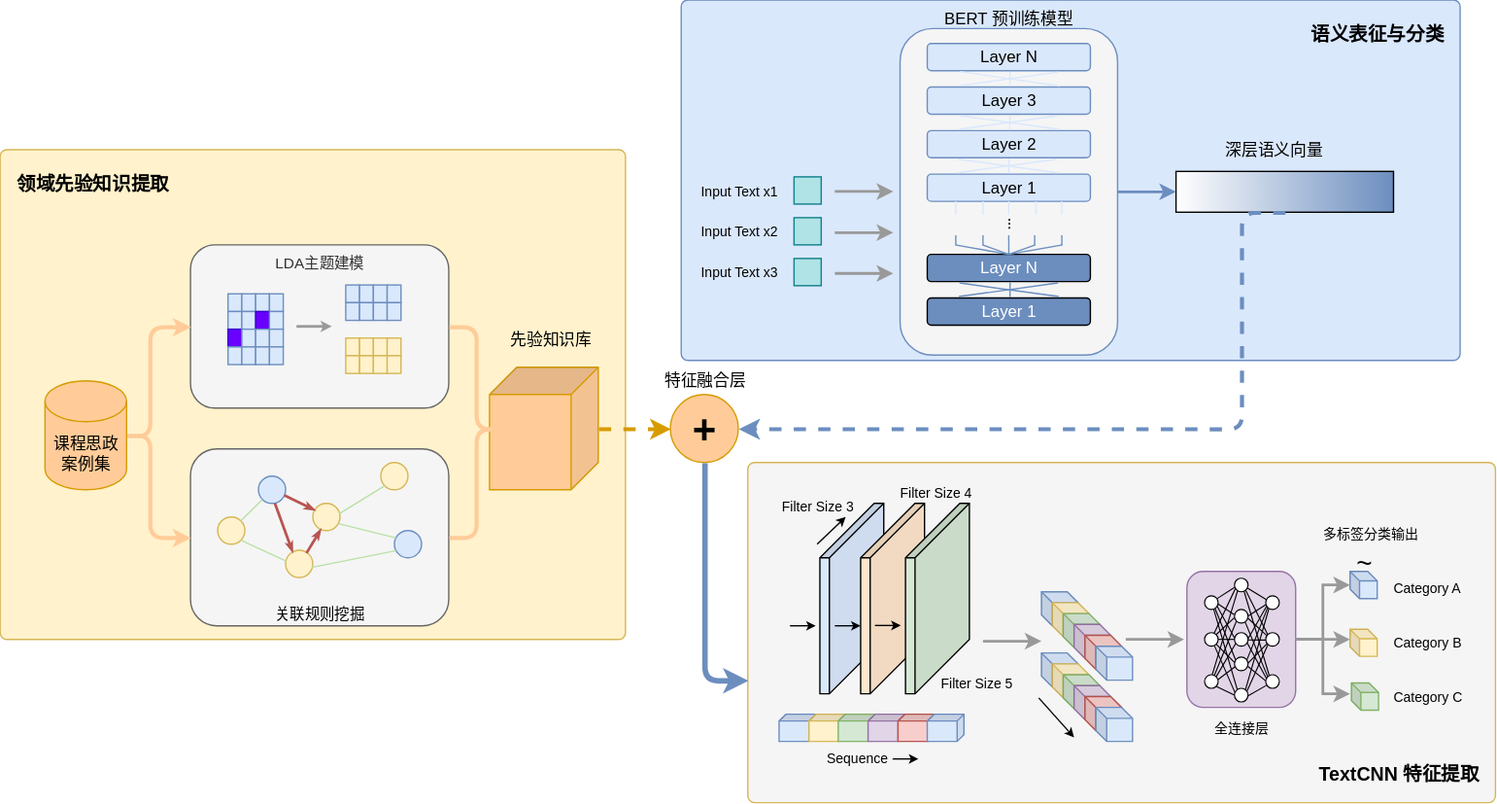
Earlier version of the draw.io export 1.16小论文（思政元素）模型架构图.drawio.svg (handsome-tony/picture). Source tidied: cells renumbered, new cells last; positions are measured from the earlier drawing's top-left corner, leaving out a move shared by most shapes.
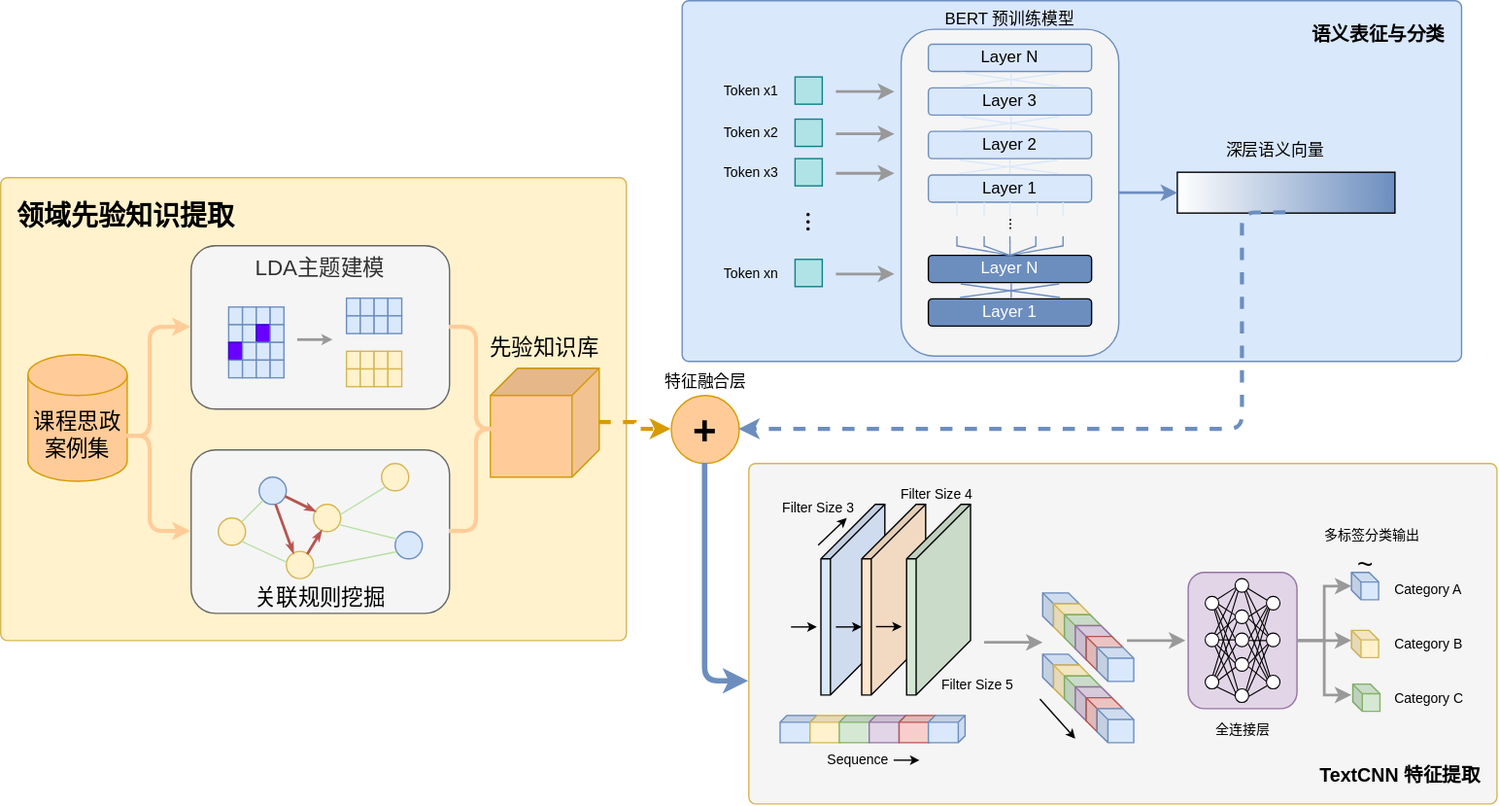
After the commit.

Commit message:
更新1.16小论文（思政元素）模型架构图.drawio.svg

Diff of the diagram source:
```diff
@@ -4,9 +4,9 @@
     <mxCell id="1" parent="0" />
-    <mxCell id="2" value="领域先验知识提取" style="rounded=1;whiteSpace=wrap;html=1;absoluteArcSize=1;arcSize=10;fillColor=#FFF2CC;strokeColor=#d6b656;verticalAlign=top;align=left;spacingLeft=10;spacingTop=10;fontSize=14;fontStyle=1;" parent="1" vertex="1">
-      <mxGeometry y="110" width="460" height="360" as="geometry" />
+    <mxCell id="2" value="&lt;font style=&quot;font-size: 20px;&quot;&gt;领域先验知识提取&lt;/font&gt;" style="rounded=1;whiteSpace=wrap;html=1;absoluteArcSize=1;arcSize=10;fillColor=#FFF2CC;strokeColor=#d6b656;verticalAlign=top;align=left;spacingLeft=10;spacingTop=10;fontSize=14;fontStyle=1;" parent="1" vertex="1">
+      <mxGeometry y="130" width="460" height="340" as="geometry" />
     </mxCell>
-    <mxCell id="3" value="课程思政案例集" style="shape=cylinder3;whiteSpace=wrap;html=1;boundedLbl=1;backgroundOutline=1;size=15;fillColor=#ffcc99;strokeColor=#d79b00;" parent="1" vertex="1">
-      <mxGeometry x="33" y="280" width="60" height="80" as="geometry" />
+    <mxCell id="3" value="&lt;font style=&quot;font-size: 16px;&quot;&gt;课程思政案例集&lt;/font&gt;" style="shape=cylinder3;whiteSpace=wrap;html=1;boundedLbl=1;backgroundOutline=1;size=15;fillColor=#ffcc99;strokeColor=#d79b00;" parent="1" vertex="1">
+      <mxGeometry x="20" y="260" width="73" height="93" as="geometry" />
     </mxCell>
-    <mxCell id="4" value="LDA主题建模" style="rounded=1;whiteSpace=wrap;html=1;fillColor=#f5f5f5;strokeColor=#666666;verticalAlign=top;fontSize=11;fontColor=#333333;" parent="1" vertex="1">
+    <mxCell id="4" value="&lt;font style=&quot;font-size: 16px;&quot;&gt;LDA主题建模&lt;/font&gt;" style="rounded=1;whiteSpace=wrap;html=1;fillColor=#f5f5f5;strokeColor=#666666;verticalAlign=top;fontSize=11;fontColor=#333333;" parent="1" vertex="1">
       <mxGeometry x="140" y="180" width="190" height="120" as="geometry" />
@@ -14,48 +14,48 @@
     <mxCell id="5" style="rounded=0;whiteSpace=wrap;html=1;fillColor=#dae8fc;strokeColor=#6c8ebf;" parent="4" vertex="1">
-      <mxGeometry x="27.6" y="36" width="10.2" height="13" as="geometry" />
+      <mxGeometry x="27.6" y="45" width="10.2" height="13" as="geometry" />
     </mxCell>
     <mxCell id="6" style="rounded=0;whiteSpace=wrap;html=1;fillColor=#dae8fc;strokeColor=#6c8ebf;" parent="4" vertex="1">
-      <mxGeometry x="37.8" y="36" width="10.2" height="13" as="geometry" />
+      <mxGeometry x="37.8" y="45" width="10.2" height="13" as="geometry" />
     </mxCell>
     <mxCell id="7" style="rounded=0;whiteSpace=wrap;html=1;fillColor=#dae8fc;strokeColor=#6c8ebf;" parent="4" vertex="1">
-      <mxGeometry x="47.9" y="36" width="10.2" height="13" as="geometry" />
+      <mxGeometry x="47.9" y="45" width="10.2" height="13" as="geometry" />
     </mxCell>
     <mxCell id="8" style="rounded=0;whiteSpace=wrap;html=1;fillColor=#dae8fc;strokeColor=#6c8ebf;" parent="4" vertex="1">
-      <mxGeometry x="58.1" y="36" width="10.2" height="13" as="geometry" />
+      <mxGeometry x="58.1" y="45" width="10.2" height="13" as="geometry" />
     </mxCell>
     <mxCell id="9" style="rounded=0;whiteSpace=wrap;html=1;fillColor=#dae8fc;strokeColor=#6c8ebf;" parent="4" vertex="1">
-      <mxGeometry x="27.6" y="49" width="10.2" height="13" as="geometry" />
+      <mxGeometry x="27.6" y="58" width="10.2" height="13" as="geometry" />
     </mxCell>
     <mxCell id="10" style="rounded=0;whiteSpace=wrap;html=1;fillColor=#dae8fc;strokeColor=#6c8ebf;" parent="4" vertex="1">
-      <mxGeometry x="37.8" y="49" width="10.2" height="13" as="geometry" />
+      <mxGeometry x="37.8" y="58" width="10.2" height="13" as="geometry" />
     </mxCell>
     <mxCell id="11" style="rounded=0;whiteSpace=wrap;html=1;fillColor=#6a00ff;strokeColor=#3700CC;fontColor=#ffffff;" parent="4" vertex="1">
-      <mxGeometry x="47.9" y="49" width="10.2" height="13" as="geometry" />
+      <mxGeometry x="47.9" y="58" width="10.2" height="13" as="geometry" />
     </mxCell>
     <mxCell id="12" style="rounded=0;whiteSpace=wrap;html=1;fillColor=#dae8fc;strokeColor=#6c8ebf;" parent="4" vertex="1">
-      <mxGeometry x="58.1" y="49" width="10.2" height="13" as="geometry" />
+      <mxGeometry x="58.1" y="58" width="10.2" height="13" as="geometry" />
     </mxCell>
     <mxCell id="13" style="rounded=0;whiteSpace=wrap;html=1;fillColor=#6a00ff;strokeColor=#3700CC;fontColor=#ffffff;" parent="4" vertex="1">
-      <mxGeometry x="27.6" y="62" width="10.2" height="13" as="geometry" />
+      <mxGeometry x="27.6" y="71" width="10.2" height="13" as="geometry" />
     </mxCell>
     <mxCell id="14" style="rounded=0;whiteSpace=wrap;html=1;fillColor=#dae8fc;strokeColor=#6c8ebf;" parent="4" vertex="1">
-      <mxGeometry x="37.8" y="62" width="10.2" height="13" as="geometry" />
+      <mxGeometry x="37.8" y="71" width="10.2" height="13" as="geometry" />
     </mxCell>
     <mxCell id="15" style="rounded=0;whiteSpace=wrap;html=1;fillColor=#dae8fc;strokeColor=#6c8ebf;" parent="4" vertex="1">
-      <mxGeometry x="47.9" y="62" width="10.2" height="13" as="geometry" />
+      <mxGeometry x="47.9" y="71" width="10.2" height="13" as="geometry" />
     </mxCell>
     <mxCell id="16" style="rounded=0;whiteSpace=wrap;html=1;fillColor=#dae8fc;strokeColor=#6c8ebf;" parent="4" vertex="1">
-      <mxGeometry x="58.1" y="62" width="10.2" height="13" as="geometry" />
+      <mxGeometry x="58.1" y="71" width="10.2" height="13" as="geometry" />
     </mxCell>
     <mxCell id="17" style="rounded=0;whiteSpace=wrap;html=1;fillColor=#dae8fc;strokeColor=#6c8ebf;" parent="4" vertex="1">
-      <mxGeometry x="27.6" y="75" width="10.2" height="13" as="geometry" />
+      <mxGeometry x="27.6" y="84" width="10.2" height="13" as="geometry" />
     </mxCell>
     <mxCell id="18" style="rounded=0;whiteSpace=wrap;html=1;fillColor=#dae8fc;strokeColor=#6c8ebf;" parent="4" vertex="1">
-      <mxGeometry x="37.8" y="75" width="10.2" height="13" as="geometry" />
+      <mxGeometry x="37.8" y="84" width="10.2" height="13" as="geometry" />
     </mxCell>
     <mxCell id="19" style="rounded=0;whiteSpace=wrap;html=1;fillColor=#dae8fc;strokeColor=#6c8ebf;" parent="4" vertex="1">
-      <mxGeometry x="47.9" y="75" width="10.2" height="13" as="geometry" />
+      <mxGeometry x="47.9" y="84" width="10.2" height="13" as="geometry" />
     </mxCell>
     <mxCell id="20" style="rounded=0;whiteSpace=wrap;html=1;fillColor=#dae8fc;strokeColor=#6c8ebf;" parent="4" vertex="1">
-      <mxGeometry x="58.1" y="75" width="10.2" height="13" as="geometry" />
+      <mxGeometry x="58.1" y="84" width="10.2" height="13" as="geometry" />
     </mxCell>
@@ -63,4 +63,4 @@
       <mxGeometry relative="1" as="geometry">
-        <mxPoint x="78" y="59.9" as="sourcePoint" />
-        <mxPoint x="104" y="59.9" as="targetPoint" />
+        <mxPoint x="78" y="68.9" as="sourcePoint" />
+        <mxPoint x="104" y="68.9" as="targetPoint" />
       </mxGeometry>
@@ -68,57 +68,57 @@
     <mxCell id="22" style="rounded=0;whiteSpace=wrap;html=1;fillColor=#dae8fc;strokeColor=#6c8ebf;" parent="4" vertex="1">
-      <mxGeometry x="114.2" y="29.5" width="10.2" height="13" as="geometry" />
+      <mxGeometry x="114.2" y="38.5" width="10.2" height="13" as="geometry" />
     </mxCell>
     <mxCell id="23" style="rounded=0;whiteSpace=wrap;html=1;fillColor=#dae8fc;strokeColor=#6c8ebf;" parent="4" vertex="1">
-      <mxGeometry x="124.4" y="29.5" width="10.2" height="13" as="geometry" />
+      <mxGeometry x="124.4" y="38.5" width="10.2" height="13" as="geometry" />
     </mxCell>
     <mxCell id="24" style="rounded=0;whiteSpace=wrap;html=1;fillColor=#dae8fc;strokeColor=#6c8ebf;" parent="4" vertex="1">
-      <mxGeometry x="134.5" y="29.5" width="10.2" height="13" as="geometry" />
+      <mxGeometry x="134.5" y="38.5" width="10.2" height="13" as="geometry" />
     </mxCell>
     <mxCell id="25" style="rounded=0;whiteSpace=wrap;html=1;fillColor=#dae8fc;strokeColor=#6c8ebf;" parent="4" vertex="1">
-      <mxGeometry x="144.7" y="29.5" width="10.2" height="13" as="geometry" />
+      <mxGeometry x="144.7" y="38.5" width="10.2" height="13" as="geometry" />
     </mxCell>
     <mxCell id="26" style="rounded=0;whiteSpace=wrap;html=1;fillColor=#dae8fc;strokeColor=#6c8ebf;" parent="4" vertex="1">
-      <mxGeometry x="114.2" y="42.5" width="10.2" height="13" as="geometry" />
+      <mxGeometry x="114.2" y="51.5" width="10.2" height="13" as="geometry" />
     </mxCell>
     <mxCell id="27" style="rounded=0;whiteSpace=wrap;html=1;fillColor=#dae8fc;strokeColor=#6c8ebf;" parent="4" vertex="1">
-      <mxGeometry x="124.4" y="42.5" width="10.2" height="13" as="geometry" />
+      <mxGeometry x="124.4" y="51.5" width="10.2" height="13" as="geometry" />
     </mxCell>
     <mxCell id="28" style="rounded=0;whiteSpace=wrap;html=1;fillColor=#dae8fc;strokeColor=#6c8ebf;" parent="4" vertex="1">
-      <mxGeometry x="134.5" y="42.5" width="10.2" height="13" as="geometry" />
+      <mxGeometry x="134.5" y="51.5" width="10.2" height="13" as="geometry" />
     </mxCell>
     <mxCell id="29" style="rounded=0;whiteSpace=wrap;html=1;fillColor=#dae8fc;strokeColor=#6c8ebf;" parent="4" vertex="1">
-      <mxGeometry x="144.7" y="42.5" width="10.2" height="13" as="geometry" />
+      <mxGeometry x="144.7" y="51.5" width="10.2" height="13" as="geometry" />
     </mxCell>
     <mxCell id="30" style="rounded=0;whiteSpace=wrap;html=1;fillColor=#fff2cc;strokeColor=#d6b656;" parent="4" vertex="1">
-      <mxGeometry x="114.2" y="68.5" width="10.2" height="13" as="geometry" />
+      <mxGeometry x="114.2" y="77.5" width="10.2" height="13" as="geometry" />
     </mxCell>
     <mxCell id="31" style="rounded=0;whiteSpace=wrap;html=1;fillColor=#fff2cc;strokeColor=#d6b656;" parent="4" vertex="1">
-      <mxGeometry x="124.4" y="68.5" width="10.2" height="13" as="geometry" />
+      <mxGeometry x="124.4" y="77.5" width="10.2" height="13" as="geometry" />
     </mxCell>
     <mxCell id="32" style="rounded=0;whiteSpace=wrap;html=1;fillColor=#fff2cc;strokeColor=#d6b656;" parent="4" vertex="1">
-      <mxGeometry x="134.5" y="68.5" width="10.2" height="13" as="geometry" />
+      <mxGeometry x="134.5" y="77.5" width="10.2" height="13" as="geometry" />
     </mxCell>
     <mxCell id="33" style="rounded=0;whiteSpace=wrap;html=1;fillColor=#fff2cc;strokeColor=#d6b656;" parent="4" vertex="1">
-      <mxGeometry x="144.7" y="68.5" width="10.2" height="13" as="geometry" />
+      <mxGeometry x="144.7" y="77.5" width="10.2" height="13" as="geometry" />
     </mxCell>
     <mxCell id="34" style="rounded=0;whiteSpace=wrap;html=1;fillColor=#fff2cc;strokeColor=#d6b656;" parent="4" vertex="1">
-      <mxGeometry x="114.2" y="81.5" width="10.2" height="13" as="geometry" />
+      <mxGeometry x="114.2" y="90.5" width="10.2" height="13" as="geometry" />
     </mxCell>
     <mxCell id="35" style="rounded=0;whiteSpace=wrap;html=1;fillColor=#fff2cc;strokeColor=#d6b656;" parent="4" vertex="1">
-      <mxGeometry x="124.4" y="81.5" width="10.2" height="13" as="geometry" />
+      <mxGeometry x="124.4" y="90.5" width="10.2" height="13" as="geometry" />
     </mxCell>
     <mxCell id="36" style="rounded=0;whiteSpace=wrap;html=1;fillColor=#fff2cc;strokeColor=#d6b656;" parent="4" vertex="1">
-      <mxGeometry x="134.5" y="81.5" width="10.2" height="13" as="geometry" />
+      <mxGeometry x="134.5" y="90.5" width="10.2" height="13" as="geometry" />
     </mxCell>
     <mxCell id="37" style="rounded=0;whiteSpace=wrap;html=1;fillColor=#fff2cc;strokeColor=#d6b656;" parent="4" vertex="1">
-      <mxGeometry x="144.7" y="81.5" width="10.2" height="13" as="geometry" />
+      <mxGeometry x="144.7" y="90.5" width="10.2" height="13" as="geometry" />
     </mxCell>
-    <mxCell id="38" value="关联规则挖掘" style="rounded=1;whiteSpace=wrap;html=1;fillColor=#f5f5f5;strokeColor=#666666;verticalAlign=bottom;fontSize=11;" parent="1" vertex="1">
-      <mxGeometry x="140" y="330" width="190" height="130" as="geometry" />
+    <mxCell id="38" value="&lt;font style=&quot;font-size: 16px;&quot;&gt;关联规则挖掘&lt;/font&gt;" style="rounded=1;whiteSpace=wrap;html=1;fillColor=#f5f5f5;strokeColor=#666666;verticalAlign=bottom;fontSize=11;" parent="1" vertex="1">
+      <mxGeometry x="140" y="330" width="190" height="120" as="geometry" />
     </mxCell>
     <mxCell id="39" style="shape=cube;whiteSpace=wrap;html=1;boundedLbl=1;backgroundOutline=1;darkOpacity=0.05;darkOpacity2=0.1;fillColor=#ffcc99;strokeColor=#d79b00;size=20;direction=south;" parent="1" vertex="1">
-      <mxGeometry x="360" y="270" width="80" height="90" as="geometry" />
+      <mxGeometry x="360" y="270" width="80" height="80" as="geometry" />
     </mxCell>
-    <mxCell id="40" value="先验知识库" style="text;html=1;strokeColor=none;fillColor=none;align=center;verticalAlign=middle;whiteSpace=wrap;rounded=0;" parent="1" vertex="1">
-      <mxGeometry x="360" y="240" width="90" height="20" as="geometry" />
+    <mxCell id="40" value="&lt;font style=&quot;font-size: 16px;&quot;&gt;先验知识库&lt;/font&gt;" style="text;html=1;strokeColor=none;fillColor=none;align=center;verticalAlign=middle;whiteSpace=wrap;rounded=0;" parent="1" vertex="1">
+      <mxGeometry x="355" y="245" width="90" height="20" as="geometry" />
     </mxCell>
@@ -136,3 +136,3 @@
           <mxPoint x="110" y="320" />
-          <mxPoint x="110" y="395" />
+          <mxPoint x="110" y="390" />
         </Array>
@@ -152,3 +152,3 @@
         <Array as="points">
-          <mxPoint x="350" y="395" />
+          <mxPoint x="350" y="390" />
           <mxPoint x="350" y="315" />
@@ -162,13 +162,7 @@
     <mxCell id="46" style="rounded=0;whiteSpace=wrap;html=1;fillColor=#b0e3e6;strokeColor=#0e8088;" parent="1" vertex="1">
-      <mxGeometry x="584" y="130" width="20" height="20" as="geometry" />
+      <mxGeometry x="584" y="56" width="20" height="20" as="geometry" />
     </mxCell>
-    <mxCell id="47" value="Input Text x1" style="text;html=1;strokeColor=none;fillColor=none;align=right;verticalAlign=middle;whiteSpace=wrap;rounded=0;fontSize=10;" parent="1" vertex="1">
-      <mxGeometry x="514" y="130" width="60" height="20" as="geometry" />
+    <mxCell id="47" value="Token x1" style="text;html=1;strokeColor=none;fillColor=none;align=right;verticalAlign=middle;whiteSpace=wrap;rounded=0;fontSize=10;" parent="1" vertex="1">
+      <mxGeometry x="514" y="56" width="60" height="20" as="geometry" />
     </mxCell>
-    <mxCell id="48" style="rounded=0;whiteSpace=wrap;html=1;fillColor=#b0e3e6;strokeColor=#0e8088;" parent="1" vertex="1">
-      <mxGeometry x="584" y="160" width="20" height="20" as="geometry" />
-    </mxCell>
-    <mxCell id="49" style="rounded=0;whiteSpace=wrap;html=1;fillColor=#b0e3e6;strokeColor=#0e8088;" parent="1" vertex="1">
-      <mxGeometry x="584" y="190" width="20" height="20" as="geometry" />
-    </mxCell>
     <mxCell id="50" value="BERT Layers" style="group;" parent="1" vertex="1">
@@ -676,8 +670,2 @@
     </mxCell>
-    <mxCell id="178" value="Input Text x2" style="text;html=1;strokeColor=none;fillColor=none;align=right;verticalAlign=middle;whiteSpace=wrap;rounded=0;fontSize=10;" parent="1" vertex="1">
-      <mxGeometry x="514" y="160" width="60" height="20" as="geometry" />
-    </mxCell>
-    <mxCell id="179" value="Input Text x3" style="text;html=1;strokeColor=none;fillColor=none;align=right;verticalAlign=middle;whiteSpace=wrap;rounded=0;fontSize=10;" parent="1" vertex="1">
-      <mxGeometry x="514" y="190" width="60" height="20" as="geometry" />
-    </mxCell>
     <mxCell id="180" value="&lt;span style=&quot;font-family: Helvetica; font-size: 12px; font-style: normal; font-variant-ligatures: normal; font-variant-caps: normal; font-weight: 400; letter-spacing: normal; orphans: 2; text-indent: 0px; text-transform: none; widows: 2; word-spacing: 0px; -webkit-text-stroke-width: 0px; white-space: nowrap; text-decoration-thickness: initial; text-decoration-style: initial; text-decoration-color: initial; float: none; display: inline !important;&quot;&gt;BERT 预训练模型&lt;/span&gt;" style="text;whiteSpace=wrap;html=1;fillColor=none;align=center;fontColor=default;labelBackgroundColor=none;" parent="1" vertex="1">
@@ -709,18 +697,6 @@
       <mxGeometry relative="1" as="geometry">
-        <mxPoint x="614" y="140.8" as="sourcePoint" />
-        <mxPoint x="657" y="140.8" as="targetPoint" />
+        <mxPoint x="614" y="66.8" as="sourcePoint" />
+        <mxPoint x="657" y="66.8" as="targetPoint" />
       </mxGeometry>
     </mxCell>
-    <mxCell id="186" style="edgeStyle=orthogonalEdgeStyle;rounded=0;orthogonalLoop=1;jettySize=auto;html=1;strokeColor=#999999;strokeWidth=2;" parent="1" edge="1">
-      <mxGeometry relative="1" as="geometry">
-        <mxPoint x="614" y="171" as="sourcePoint" />
-        <mxPoint x="657" y="171" as="targetPoint" />
-      </mxGeometry>
-    </mxCell>
-    <mxCell id="187" style="edgeStyle=orthogonalEdgeStyle;rounded=0;orthogonalLoop=1;jettySize=auto;html=1;strokeColor=#999999;strokeWidth=2;" parent="1" edge="1">
-      <mxGeometry relative="1" as="geometry">
-        <mxPoint x="614" y="201" as="sourcePoint" />
-        <mxPoint x="657" y="201" as="targetPoint" />
-      </mxGeometry>
-    </mxCell>
     <mxCell id="188" style="ellipse;whiteSpace=wrap;html=1;fillColor=#dae8fc;strokeColor=#6c8ebf;" parent="1" vertex="1">
@@ -767,2 +743,41 @@
     </mxCell>
+    <mxCell id="202" style="rounded=0;whiteSpace=wrap;html=1;fillColor=#b0e3e6;strokeColor=#0e8088;" parent="1" vertex="1">
+      <mxGeometry x="584" y="87" width="20" height="20" as="geometry" />
+    </mxCell>
+    <mxCell id="203" value="Token x2" style="text;html=1;strokeColor=none;fillColor=none;align=right;verticalAlign=middle;whiteSpace=wrap;rounded=0;fontSize=10;" parent="1" vertex="1">
+      <mxGeometry x="514" y="87" width="60" height="20" as="geometry" />
+    </mxCell>
+    <mxCell id="204" style="edgeStyle=orthogonalEdgeStyle;rounded=0;orthogonalLoop=1;jettySize=auto;html=1;strokeColor=#999999;strokeWidth=2;" parent="1" edge="1">
+      <mxGeometry relative="1" as="geometry">
+        <mxPoint x="614" y="97.8" as="sourcePoint" />
+        <mxPoint x="657" y="97.8" as="targetPoint" />
+      </mxGeometry>
+    </mxCell>
+    <mxCell id="205" style="rounded=0;whiteSpace=wrap;html=1;fillColor=#b0e3e6;strokeColor=#0e8088;" parent="1" vertex="1">
+      <mxGeometry x="584" y="116" width="20" height="20" as="geometry" />
+    </mxCell>
+    <mxCell id="206" value="Token x3" style="text;html=1;strokeColor=none;fillColor=none;align=right;verticalAlign=middle;whiteSpace=wrap;rounded=0;fontSize=10;" parent="1" vertex="1">
+      <mxGeometry x="514" y="116" width="60" height="20" as="geometry" />
+    </mxCell>
+    <mxCell id="207" style="edgeStyle=orthogonalEdgeStyle;rounded=0;orthogonalLoop=1;jettySize=auto;html=1;strokeColor=#999999;strokeWidth=2;" parent="1" edge="1">
+      <mxGeometry relative="1" as="geometry">
+        <mxPoint x="614" y="126.8" as="sourcePoint" />
+        <mxPoint x="657" y="126.8" as="targetPoint" />
+      </mxGeometry>
+    </mxCell>
+    <mxCell id="49" style="rounded=0;whiteSpace=wrap;html=1;fillColor=#b0e3e6;strokeColor=#0e8088;" parent="1" vertex="1">
+      <mxGeometry x="584" y="190" width="20" height="20" as="geometry" />
+    </mxCell>
+    <mxCell id="208" value="Token xn" style="text;html=1;strokeColor=none;fillColor=none;align=right;verticalAlign=middle;whiteSpace=wrap;rounded=0;fontSize=10;" parent="1" vertex="1">
+      <mxGeometry x="514" y="190" width="60" height="20" as="geometry" />
+    </mxCell>
+    <mxCell id="209" style="edgeStyle=orthogonalEdgeStyle;rounded=0;orthogonalLoop=1;jettySize=auto;html=1;strokeColor=#999999;strokeWidth=2;" parent="1" edge="1">
+      <mxGeometry relative="1" as="geometry">
+        <mxPoint x="614" y="200.8" as="sourcePoint" />
+        <mxPoint x="657" y="200.8" as="targetPoint" />
+      </mxGeometry>
+    </mxCell>
+    <mxCell id="210" value="&lt;font face=&quot;Times New Roman&quot; style=&quot;font-size: 21px;&quot;&gt;...&lt;/font&gt;" style="text;html=1;whiteSpace=wrap;strokeColor=none;fillColor=none;align=center;verticalAlign=middle;rounded=0;textDirection=vertical-lr;" parent="1" vertex="1">
+      <mxGeometry x="590.5" y="158" width="17" height="9" as="geometry" />
+    </mxCell>
   </root>
```
